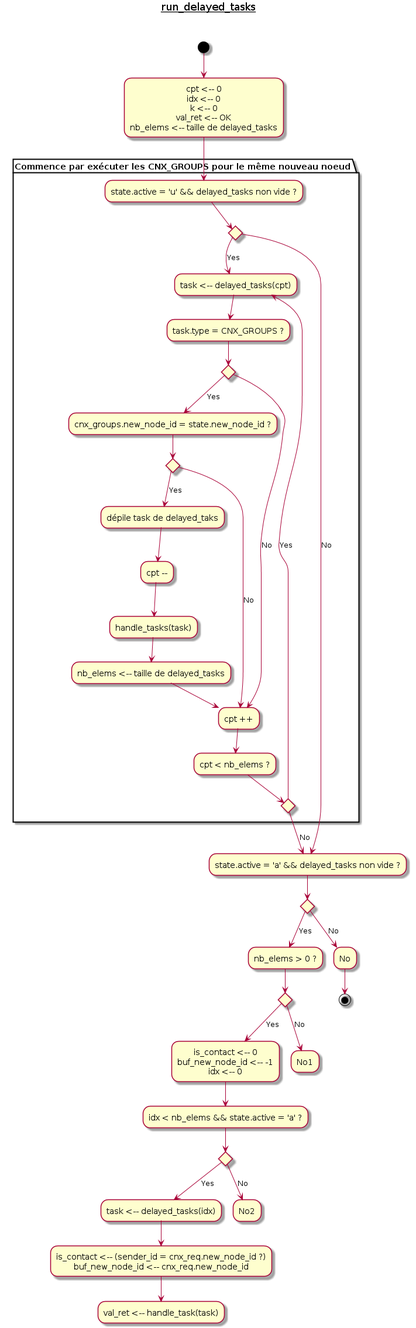
Earlier version of the PlantUML export doc/UML/Algo_run_delayed_tasks.png (tof25/DST).
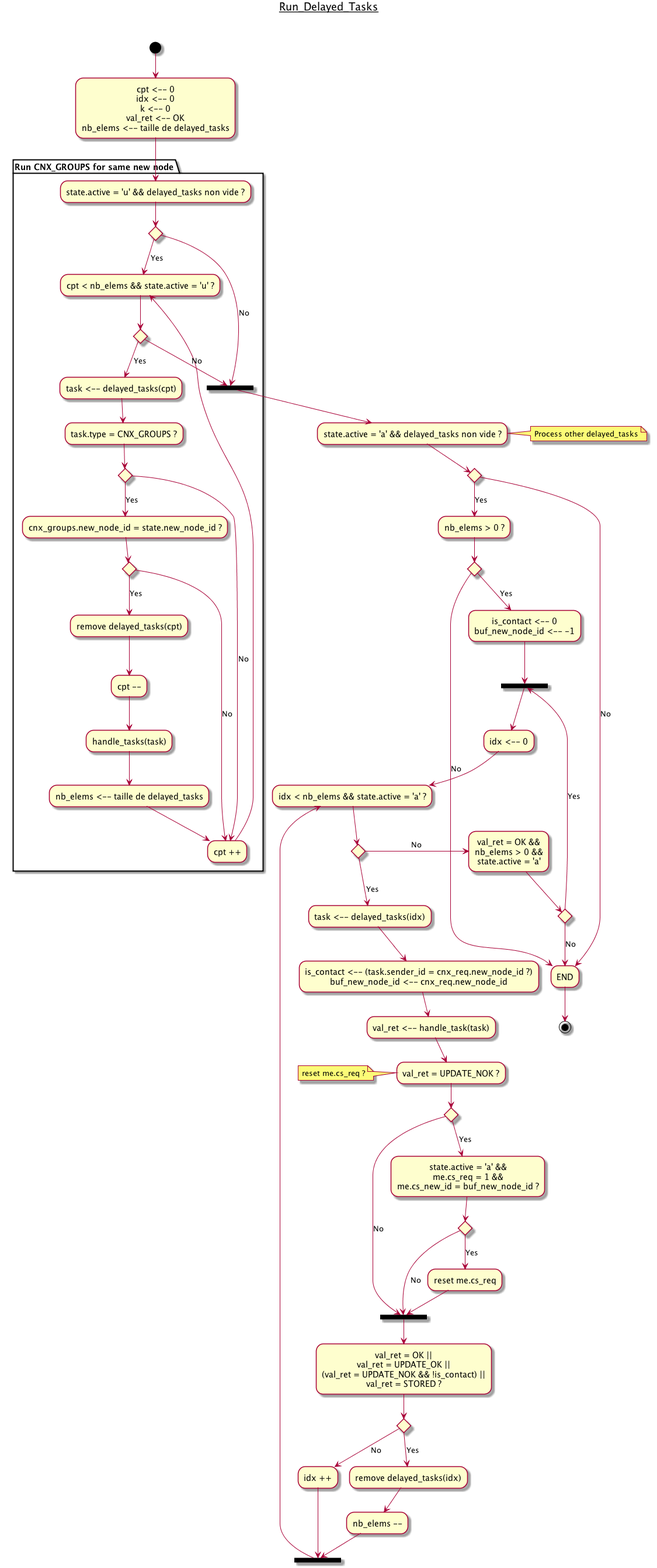
The same file after the commit.

Commit message:
Algo run_delayed_tasks terminé

Diff of the diagram source:
```diff
@@ -1,59 +1,95 @@
 @startuml
-title <u>run_delayed_tasks</u>\n\n
+title <u>Run_Delayed_Tasks</u>\n\n
 (*top) -->"cpt <-- 0\nidx <-- 0\nk <-- 0\nval_ret <-- OK\nnb_elems <-- taille de delayed_tasks"
 
-partition "Commence par exécuter les CNX_GROUPS pour le même nouveau noeud"
+partition "Run CNX_GROUPS for same new node"
 
 -->"state.active = 'u' && delayed_tasks non vide ?"
 if ""
-    -->[Yes] "task <-- delayed_tasks(cpt)" as loop1
-    -->"task.type = CNX_GROUPS ?"
-    if ""
-        -->[Yes] "cnx_groups.new_node_id = state.new_node_id ?"
+    -->[Yes]"cpt < nb_elems && state.active = 'u' ?" as jump0
+    if "" then
+        -->[Yes] "task <-- delayed_tasks(cpt)" as loop1
+        -->"task.type = CNX_GROUPS ?"
         if ""
-            -->[Yes] "dépile task de delayed_taks"
-            -->"cpt --"
-            -->"handle_tasks(task)"
-            -->"nb_elems <-- taille de delayed_tasks"
-            -->"cpt ++" as jump1
+            -->[Yes] "cnx_groups.new_node_id = state.new_node_id ?"
+            if ""
+                -->[Yes] "remove delayed_tasks(cpt)"
+                -->"cpt --"
+                -->"handle_tasks(task)"
+                -->"nb_elems <-- taille de delayed_tasks"
+                -->"cpt ++" as jump1
+            else
+                -->[No] jump1
+            endif
         else
             -->[No] jump1
         endif
+        -->jump0
     else
-        -->[No] jump1
+        -->[No] == JUMP2 ==
     endif
-    -->"cpt < nb_elems ?"
-    if ""
-        -->[Yes] loop1
-    else
-
 end partition
 
-        -->[No] "state.active = 'a' && delayed_tasks non vide ?" as jump2
-    endif
 else
-    -->[No] jump2
+    -->[No] == JUMP2 ==
 endif
+== JUMP2 == --> "state.active = 'a' && delayed_tasks non vide ?"
+
+note right : Process other delayed_tasks
 
 if ""
     -->[Yes] "nb_elems > 0 ?"
     if ""
-        -->[Yes] "is_contact <-- 0\nbuf_new_node_id <-- -1\nidx <-- 0"
-        -->"idx < nb_elems && state.active = 'a' ?"
+        -->[Yes] "is_contact <-- 0\nbuf_new_node_id <-- -1"
+        --> == LOOP3 ==
+        -->"idx <-- 0"
+        -->"idx < nb_elems && state.active = 'a' ?" as loop2
         if ""
             -->[Yes] "task <-- delayed_tasks(idx)"
-            -->"is_contact <-- (sender_id = cnx_req.new_node_id ?)\nbuf_new_node_id <-- cnx_req.new_node_id"
+            -->"is_contact <-- (task.sender_id = cnx_req.new_node_id ?)\nbuf_new_node_id <-- cnx_req.new_node_id"
             -->"val_ret <-- handle_task(task)"
+            -->"val_ret = UPDATE_NOK ?"
+
+note left
+    reset me.cs_req ?
+end note
+
+            if "" then
+                -->[Yes] "state.active = 'a' &&\nme.cs_req = 1 &&\nme.cs_new_id = buf_new_node_id ?"
+                if "" then
+                    -->[Yes]"reset me.cs_req"
+                    --> == JUMP3 ==
+                else
+                    -->[No] == JUMP3 ==
+                endif
+
+                    == JUMP3 == -->"val_ret = OK ||\nval_ret = UPDATE_OK ||\n(val_ret = UPDATE_NOK && !is_contact) ||\nval_ret = STORED ?"
+                if "" then
+                    -->[Yes]"remove delayed_tasks(idx)"
+                    -->"nb_elems --"
+                    --> == LOOP2 ==
+                else
+                    -->[No] "idx ++"
+                    --> == LOOP2 ==
+                    --> loop2
+                endif
+            else
+                -->[No] == JUMP3 ==
+            endif
 
         else
-            -->[No] "No2"
+            -Right->[No] "val_ret = OK &&\nnb_elems > 0 &&\nstate.active = 'a'"
+            if "" then
+                -->[Yes] == LOOP3 ==
+            else
+                -->[No] "END"
+                -->(*)
+            endif
         endif
     else
-        -->[No] "No1"
+        -->[No] "END"
     endif
 else
-    -->[No] "No"
+    -->[No] "END"
 endif
-
--->(*)
 @enduml
```
